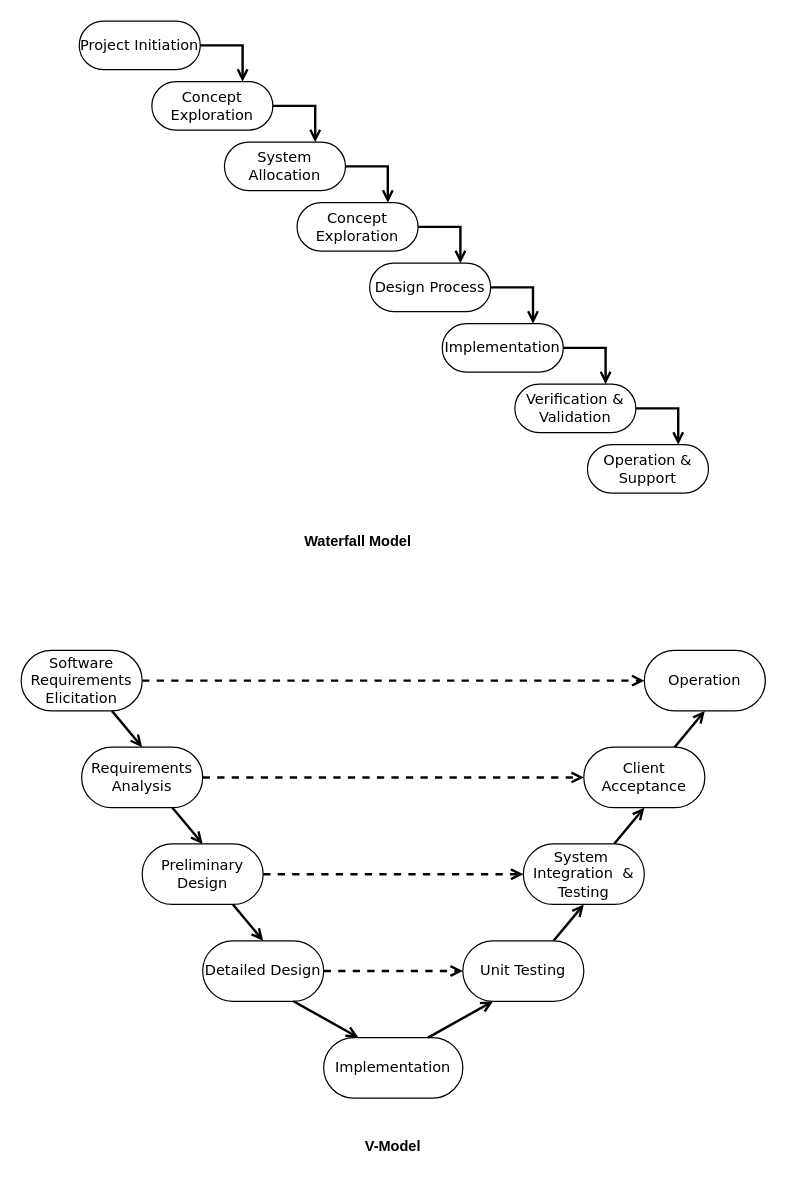
Before: drawio_ref/Software Development Cycles.drawio in HousedHorse/3004-final, a draw.io diagram. Source tidied: cells renumbered, new cells numbered last; positions are measured from the earlier drawing's top-left corner, leaving out a move shared by most shapes. Both pictures are drawn from the tidied source at 121%, with x=0, y=0 at pixel (21, 21).
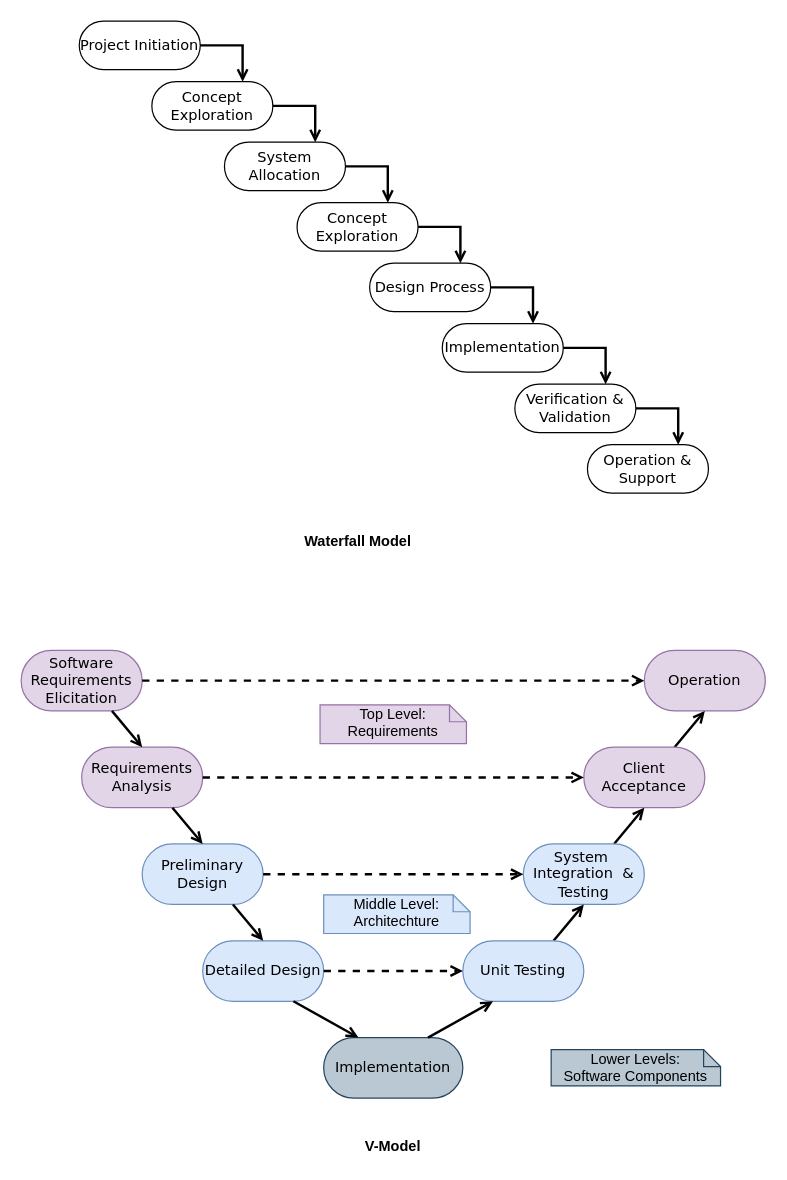
Above is the later version.

Commit message (it also covers changes not shown here):
updated V-Model UML digram

The edit, as a diff of the source:
```diff
@@
-    <mxCell id="20" style="group;" parent="1" vertex="1">
-      <mxGeometry y="520" width="615" height="370" as="geometry" />
-    </mxCell>
-    <mxCell id="21" value="Software Requirements Elicitation" style="rounded=1;whiteSpace=wrap;html=1;shadow=0;comic=0;labelBackgroundColor=none;strokeColor=#000000;strokeWidth=1;fillColor=#ffffff;fontFamily=Verdana;fontSize=12;fontColor=#000000;align=center;arcSize=50;" parent="20" vertex="1">
-      <mxGeometry width="100" height="50" as="geometry" />
+    <mxCell id="21" value="Software Requirements Elicitation" style="rounded=1;whiteSpace=wrap;html=1;shadow=0;comic=0;labelBackgroundColor=none;strokeColor=#9673a6;strokeWidth=1;fillColor=#e1d5e7;fontFamily=Verdana;fontSize=12;align=center;arcSize=50;" parent="1" vertex="1">
+      <mxGeometry y="520" width="100" height="50" as="geometry" />
     </mxCell>
-    <mxCell id="22" value="Requirements Analysis" style="rounded=1;whiteSpace=wrap;html=1;shadow=0;comic=0;labelBackgroundColor=none;strokeColor=#000000;strokeWidth=1;fillColor=#ffffff;fontFamily=Verdana;fontSize=12;fontColor=#000000;align=center;arcSize=50;" parent="20" vertex="1">
-      <mxGeometry x="50" y="80" width="100" height="50" as="geometry" />
+    <mxCell id="22" value="Requirements Analysis" style="rounded=1;whiteSpace=wrap;html=1;shadow=0;comic=0;labelBackgroundColor=none;strokeColor=#9673a6;strokeWidth=1;fillColor=#e1d5e7;fontFamily=Verdana;fontSize=12;align=center;arcSize=50;" parent="1" vertex="1">
+      <mxGeometry x="50" y="600" width="100" height="50" as="geometry" />
     </mxCell>
-    <mxCell id="23" style="edgeStyle=none;rounded=0;jettySize=auto;html=1;exitX=0.75;exitY=1;exitDx=0;exitDy=0;entryX=0.5;entryY=0;entryDx=0;entryDy=0;endArrow=open;endFill=0;strokeWidth=2;" parent="20" edge="1" source="21" target="22">
+    <mxCell id="23" style="edgeStyle=none;rounded=0;jettySize=auto;html=1;exitX=0.75;exitY=1;exitDx=0;exitDy=0;entryX=0.5;entryY=0;entryDx=0;entryDy=0;endArrow=open;endFill=0;strokeWidth=2;" parent="1" edge="1" source="21" target="22">
       <mxGeometry relative="1" as="geometry" />
     </mxCell>
-    <mxCell id="24" value="Preliminary Design" style="rounded=1;whiteSpace=wrap;html=1;shadow=0;comic=0;labelBackgroundColor=none;strokeColor=#000000;strokeWidth=1;fillColor=#ffffff;fontFamily=Verdana;fontSize=12;fontColor=#000000;align=center;arcSize=50;" parent="20" vertex="1">
-      <mxGeometry x="100" y="160" width="100" height="50" as="geometry" />
+    <mxCell id="24" value="Preliminary Design" style="rounded=1;whiteSpace=wrap;html=1;shadow=0;comic=0;labelBackgroundColor=none;strokeColor=#6c8ebf;strokeWidth=1;fillColor=#dae8fc;fontFamily=Verdana;fontSize=12;align=center;arcSize=50;" parent="1" vertex="1">
+      <mxGeometry x="100" y="680" width="100" height="50" as="geometry" />
     </mxCell>
-    <mxCell id="25" style="edgeStyle=none;rounded=0;jettySize=auto;html=1;exitX=0.75;exitY=1;exitDx=0;exitDy=0;entryX=0.5;entryY=0;entryDx=0;entryDy=0;endArrow=open;endFill=0;strokeWidth=2;" parent="20" edge="1" source="22" target="24">
+    <mxCell id="25" style="edgeStyle=none;rounded=0;jettySize=auto;html=1;exitX=0.75;exitY=1;exitDx=0;exitDy=0;entryX=0.5;entryY=0;entryDx=0;entryDy=0;endArrow=open;endFill=0;strokeWidth=2;" parent="1" edge="1" source="22" target="24">
       <mxGeometry relative="1" as="geometry" />
     </mxCell>
-    <mxCell id="26" value="Detailed Design" style="rounded=1;whiteSpace=wrap;html=1;shadow=0;comic=0;labelBackgroundColor=none;strokeColor=#000000;strokeWidth=1;fillColor=#ffffff;fontFamily=Verdana;fontSize=12;fontColor=#000000;align=center;arcSize=50;" parent="20" vertex="1">
-      <mxGeometry x="150" y="240" width="100" height="50" as="geometry" />
+    <mxCell id="26" value="Detailed Design" style="rounded=1;whiteSpace=wrap;html=1;shadow=0;comic=0;labelBackgroundColor=none;strokeColor=#6c8ebf;strokeWidth=1;fillColor=#dae8fc;fontFamily=Verdana;fontSize=12;align=center;arcSize=50;" parent="1" vertex="1">
+      <mxGeometry x="150" y="760" width="100" height="50" as="geometry" />
     </mxCell>
-    <mxCell id="27" style="edgeStyle=none;rounded=0;jettySize=auto;html=1;exitX=0.75;exitY=1;exitDx=0;exitDy=0;entryX=0.5;entryY=0;entryDx=0;entryDy=0;endArrow=open;endFill=0;strokeWidth=2;" parent="20" edge="1" source="24" target="26">
+    <mxCell id="27" style="edgeStyle=none;rounded=0;jettySize=auto;html=1;exitX=0.75;exitY=1;exitDx=0;exitDy=0;entryX=0.5;entryY=0;entryDx=0;entryDy=0;endArrow=open;endFill=0;strokeWidth=2;" parent="1" edge="1" source="24" target="26">
       <mxGeometry relative="1" as="geometry" />
     </mxCell>
-    <mxCell id="28" value="Implementation" style="rounded=1;whiteSpace=wrap;html=1;shadow=0;comic=0;labelBackgroundColor=none;strokeColor=#000000;strokeWidth=1;fillColor=#ffffff;fontFamily=Verdana;fontSize=12;fontColor=#000000;align=center;arcSize=50;" parent="20" vertex="1">
-      <mxGeometry x="250" y="320" width="115" height="50" as="geometry" />
+    <mxCell id="28" value="Implementation" style="rounded=1;whiteSpace=wrap;html=1;shadow=0;comic=0;labelBackgroundColor=none;strokeColor=#23445d;strokeWidth=1;fillColor=#bac8d3;fontFamily=Verdana;fontSize=12;align=center;arcSize=50;" parent="1" vertex="1">
+      <mxGeometry x="250" y="840" width="115" height="50" as="geometry" />
     </mxCell>
-    <mxCell id="29" style="edgeStyle=none;rounded=0;jettySize=auto;html=1;exitX=0.75;exitY=1;exitDx=0;exitDy=0;entryX=0.25;entryY=0;entryDx=0;entryDy=0;endArrow=open;endFill=0;strokeWidth=2;" parent="20" edge="1" source="26" target="28">
+    <mxCell id="29" style="edgeStyle=none;rounded=0;jettySize=auto;html=1;exitX=0.75;exitY=1;exitDx=0;exitDy=0;entryX=0.25;entryY=0;entryDx=0;entryDy=0;endArrow=open;endFill=0;strokeWidth=2;" parent="1" edge="1" source="26" target="28">
       <mxGeometry relative="1" as="geometry" />
     </mxCell>
-    <mxCell id="30" value="Operation" style="rounded=1;whiteSpace=wrap;html=1;shadow=0;comic=0;labelBackgroundColor=none;strokeColor=#000000;strokeWidth=1;fillColor=#ffffff;fontFamily=Verdana;fontSize=12;fontColor=#000000;align=center;arcSize=50;" parent="20" vertex="1">
-      <mxGeometry x="515" width="100" height="50" as="geometry" />
+    <mxCell id="30" value="Operation" style="rounded=1;whiteSpace=wrap;html=1;shadow=0;comic=0;labelBackgroundColor=none;strokeColor=#9673a6;strokeWidth=1;fillColor=#e1d5e7;fontFamily=Verdana;fontSize=12;align=center;arcSize=50;" parent="1" vertex="1">
+      <mxGeometry x="515" y="520" width="100" height="50" as="geometry" />
     </mxCell>
-    <mxCell id="31" style="edgeStyle=none;rounded=0;jettySize=auto;html=1;exitX=1;exitY=0.5;exitDx=0;exitDy=0;entryX=0;entryY=0.5;entryDx=0;entryDy=0;dashed=1;endArrow=open;endFill=0;strokeWidth=2;" parent="20" edge="1" source="21" target="30">
+    <mxCell id="31" style="edgeStyle=none;rounded=0;jettySize=auto;html=1;exitX=1;exitY=0.5;exitDx=0;exitDy=0;entryX=0;entryY=0.5;entryDx=0;entryDy=0;dashed=1;endArrow=open;endFill=0;strokeWidth=2;" parent="1" edge="1" source="21" target="30">
       <mxGeometry relative="1" as="geometry" />
     </mxCell>
-    <mxCell id="32" style="edgeStyle=none;rounded=0;jettySize=auto;html=1;exitX=0.75;exitY=0;exitDx=0;exitDy=0;entryX=0.5;entryY=1;entryDx=0;entryDy=0;endArrow=open;endFill=0;strokeWidth=2;" parent="20" edge="1" source="33" target="30">
+    <mxCell id="32" style="edgeStyle=none;rounded=0;jettySize=auto;html=1;exitX=0.75;exitY=0;exitDx=0;exitDy=0;entryX=0.5;entryY=1;entryDx=0;entryDy=0;endArrow=open;endFill=0;strokeWidth=2;" parent="1" edge="1" source="33" target="30">
       <mxGeometry relative="1" as="geometry" />
     </mxCell>
-    <mxCell id="33" value="Client Acceptance" style="rounded=1;whiteSpace=wrap;html=1;shadow=0;comic=0;labelBackgroundColor=none;strokeColor=#000000;strokeWidth=1;fillColor=#ffffff;fontFamily=Verdana;fontSize=12;fontColor=#000000;align=center;arcSize=50;" parent="20" vertex="1">
-      <mxGeometry x="465" y="80" width="100" height="50" as="geometry" />
+    <mxCell id="33" value="Client Acceptance" style="rounded=1;whiteSpace=wrap;html=1;shadow=0;comic=0;labelBackgroundColor=none;strokeColor=#9673a6;strokeWidth=1;fillColor=#e1d5e7;fontFamily=Verdana;fontSize=12;align=center;arcSize=50;" parent="1" vertex="1">
+      <mxGeometry x="465" y="600" width="100" height="50" as="geometry" />
     </mxCell>
-    <mxCell id="34" style="edgeStyle=none;rounded=0;jettySize=auto;html=1;exitX=1;exitY=0.5;exitDx=0;exitDy=0;entryX=0;entryY=0.5;entryDx=0;entryDy=0;dashed=1;endArrow=open;endFill=0;strokeWidth=2;" parent="20" edge="1" source="22" target="33">
+    <mxCell id="34" style="edgeStyle=none;rounded=0;jettySize=auto;html=1;exitX=1;exitY=0.5;exitDx=0;exitDy=0;entryX=0;entryY=0.5;entryDx=0;entryDy=0;dashed=1;endArrow=open;endFill=0;strokeWidth=2;" parent="1" edge="1" source="22" target="33">
       <mxGeometry relative="1" as="geometry" />
     </mxCell>
-    <mxCell id="35" style="edgeStyle=none;rounded=0;jettySize=auto;html=1;exitX=0.75;exitY=0;exitDx=0;exitDy=0;entryX=0.5;entryY=1;entryDx=0;entryDy=0;endArrow=open;endFill=0;strokeWidth=2;" parent="20" edge="1" source="36" target="33">
+    <mxCell id="35" style="edgeStyle=none;rounded=0;jettySize=auto;html=1;exitX=0.75;exitY=0;exitDx=0;exitDy=0;entryX=0.5;entryY=1;entryDx=0;entryDy=0;endArrow=open;endFill=0;strokeWidth=2;" parent="1" edge="1" source="36" target="33">
       <mxGeometry relative="1" as="geometry" />
     </mxCell>
-    <mxCell id="36" value="&lt;div&gt;System&amp;nbsp; Integration&amp;nbsp; &amp;amp; Testing&lt;/div&gt;" style="rounded=1;whiteSpace=wrap;html=1;shadow=0;comic=0;labelBackgroundColor=none;strokeColor=#000000;strokeWidth=1;fillColor=#ffffff;fontFamily=Verdana;fontSize=12;fontColor=#000000;align=center;arcSize=50;" parent="20" vertex="1">
-      <mxGeometry x="415" y="160" width="100" height="50" as="geometry" />
+    <mxCell id="36" value="&lt;div&gt;System&amp;nbsp; Integration&amp;nbsp; &amp;amp; Testing&lt;/div&gt;" style="rounded=1;whiteSpace=wrap;html=1;shadow=0;comic=0;labelBackgroundColor=none;strokeColor=#6c8ebf;strokeWidth=1;fillColor=#dae8fc;fontFamily=Verdana;fontSize=12;align=center;arcSize=50;" parent="1" vertex="1">
+      <mxGeometry x="415" y="680" width="100" height="50" as="geometry" />
     </mxCell>
-    <mxCell id="37" style="edgeStyle=none;rounded=0;jettySize=auto;html=1;exitX=1;exitY=0.5;exitDx=0;exitDy=0;entryX=0;entryY=0.5;entryDx=0;entryDy=0;dashed=1;endArrow=open;endFill=0;strokeWidth=2;" parent="20" edge="1" source="24" target="36">
+    <mxCell id="37" style="edgeStyle=none;rounded=0;jettySize=auto;html=1;exitX=1;exitY=0.5;exitDx=0;exitDy=0;entryX=0;entryY=0.5;entryDx=0;entryDy=0;dashed=1;endArrow=open;endFill=0;strokeWidth=2;" parent="1" edge="1" source="24" target="36">
       <mxGeometry relative="1" as="geometry" />
     </mxCell>
-    <mxCell id="38" style="edgeStyle=none;rounded=0;jettySize=auto;html=1;exitX=0.75;exitY=0;exitDx=0;exitDy=0;entryX=0.5;entryY=1;entryDx=0;entryDy=0;endArrow=open;endFill=0;strokeWidth=2;" parent="20" edge="1" source="39" target="36">
+    <mxCell id="38" style="edgeStyle=none;rounded=0;jettySize=auto;html=1;exitX=0.75;exitY=0;exitDx=0;exitDy=0;entryX=0.5;entryY=1;entryDx=0;entryDy=0;endArrow=open;endFill=0;strokeWidth=2;" parent="1" edge="1" source="39" target="36">
       <mxGeometry relative="1" as="geometry" />
     </mxCell>
-    <mxCell id="39" value="Unit Testing" style="rounded=1;whiteSpace=wrap;html=1;shadow=0;comic=0;labelBackgroundColor=none;strokeColor=#000000;strokeWidth=1;fillColor=#ffffff;fontFamily=Verdana;fontSize=12;fontColor=#000000;align=center;arcSize=50;" parent="20" vertex="1">
-      <mxGeometry x="365" y="240" width="100" height="50" as="geometry" />
+    <mxCell id="39" value="Unit Testing" style="rounded=1;whiteSpace=wrap;html=1;shadow=0;comic=0;labelBackgroundColor=none;strokeColor=#6c8ebf;strokeWidth=1;fillColor=#dae8fc;fontFamily=Verdana;fontSize=12;align=center;arcSize=50;" parent="1" vertex="1">
+      <mxGeometry x="365" y="760" width="100" height="50" as="geometry" />
     </mxCell>
-    <mxCell id="40" style="edgeStyle=none;rounded=0;jettySize=auto;html=1;exitX=1;exitY=0.5;exitDx=0;exitDy=0;entryX=0;entryY=0.5;entryDx=0;entryDy=0;dashed=1;endArrow=open;endFill=0;strokeWidth=2;" parent="20" edge="1" source="26" target="39">
+    <mxCell id="40" style="edgeStyle=none;rounded=0;jettySize=auto;html=1;exitX=1;exitY=0.5;exitDx=0;exitDy=0;entryX=0;entryY=0.5;entryDx=0;entryDy=0;dashed=1;endArrow=open;endFill=0;strokeWidth=2;" parent="1" edge="1" source="26" target="39">
       <mxGeometry relative="1" as="geometry" />
     </mxCell>
-    <mxCell id="41" style="edgeStyle=none;rounded=0;jettySize=auto;html=1;exitX=0.75;exitY=0;exitDx=0;exitDy=0;entryX=0.25;entryY=1;entryDx=0;entryDy=0;endArrow=open;endFill=0;strokeWidth=2;" parent="20" edge="1" source="28" target="39">
+    <mxCell id="41" style="edgeStyle=none;rounded=0;jettySize=auto;html=1;exitX=0.75;exitY=0;exitDx=0;exitDy=0;entryX=0.25;entryY=1;entryDx=0;entryDy=0;endArrow=open;endFill=0;strokeWidth=2;" parent="1" edge="1" source="28" target="39">
       <mxGeometry relative="1" as="geometry" />
     </mxCell>
+    <mxCell id="42" value="&lt;div&gt;Lower Levels:&lt;/div&gt;&lt;div&gt;Software Components&lt;br&gt;&lt;/div&gt;" style="shape=note;whiteSpace=wrap;html=1;size=14;verticalAlign=top;align=center;spacingTop=-6;fillColor=#bac8d3;strokeColor=#23445d;" parent="1" vertex="1">
+      <mxGeometry x="438" y="850" width="140" height="30" as="geometry" />
+    </mxCell>
+    <mxCell id="43" value="&lt;div&gt;Middle Level:&lt;/div&gt;&lt;div&gt;Architechture&lt;br&gt;&lt;/div&gt;" style="shape=note;whiteSpace=wrap;html=1;size=14;verticalAlign=top;align=center;spacingTop=-6;fillColor=#dae8fc;strokeColor=#6c8ebf;" parent="1" vertex="1">
+      <mxGeometry x="250" y="722" width="121" height="32" as="geometry" />
+    </mxCell>
+    <mxCell id="44" value="Top Level: Requirements" style="shape=note;whiteSpace=wrap;html=1;size=14;verticalAlign=top;align=center;spacingTop=-6;fillColor=#e1d5e7;strokeColor=#9673a6;" parent="1" vertex="1">
+      <mxGeometry x="247" y="565" width="121" height="32" as="geometry" />
+    </mxCell>
```
